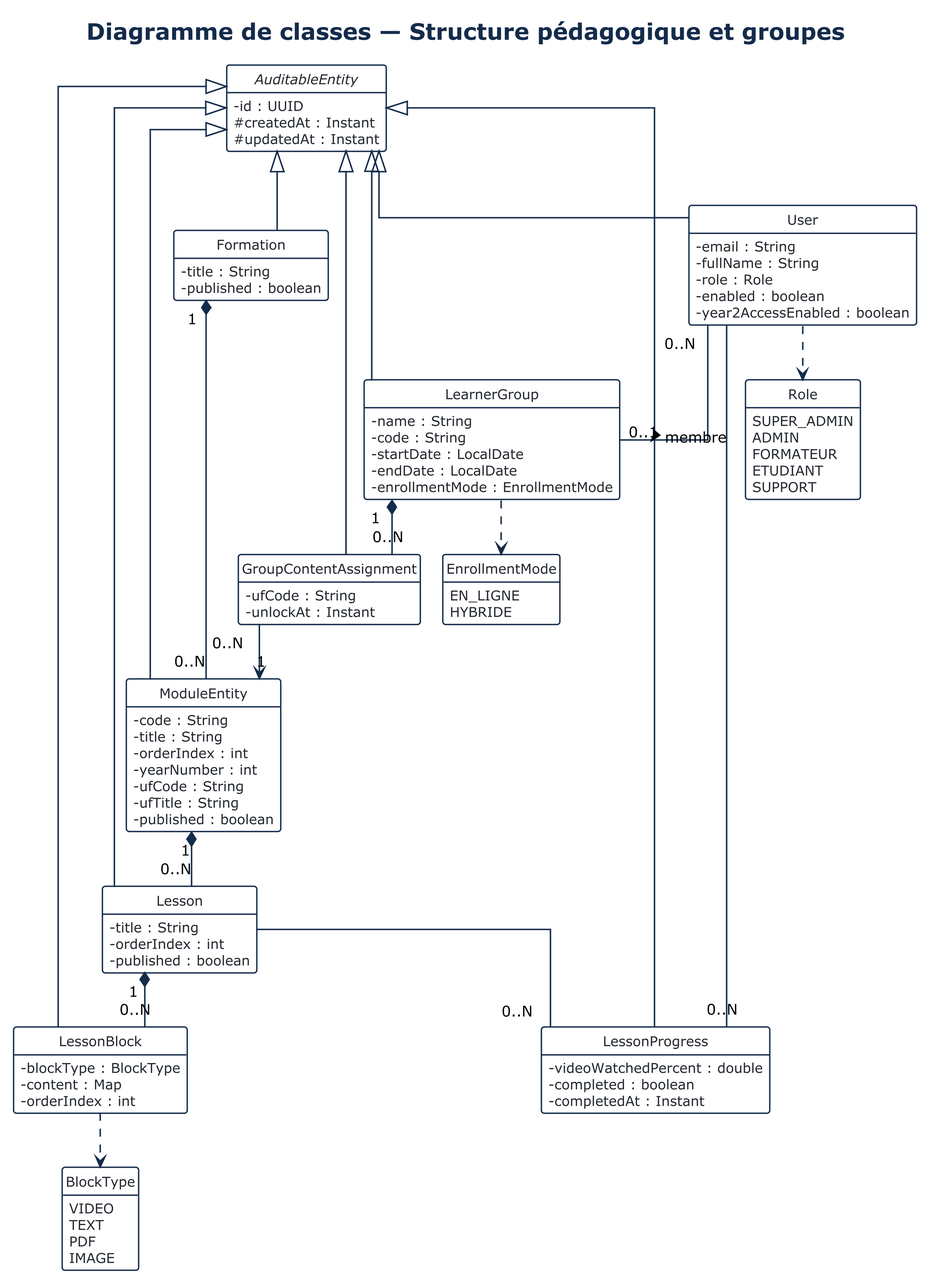
aminecharro01/E-learning keeps this PlantUML diagram as diagrammes/images/diagramme_classes_pedagogie.png. Above is the earlier version.
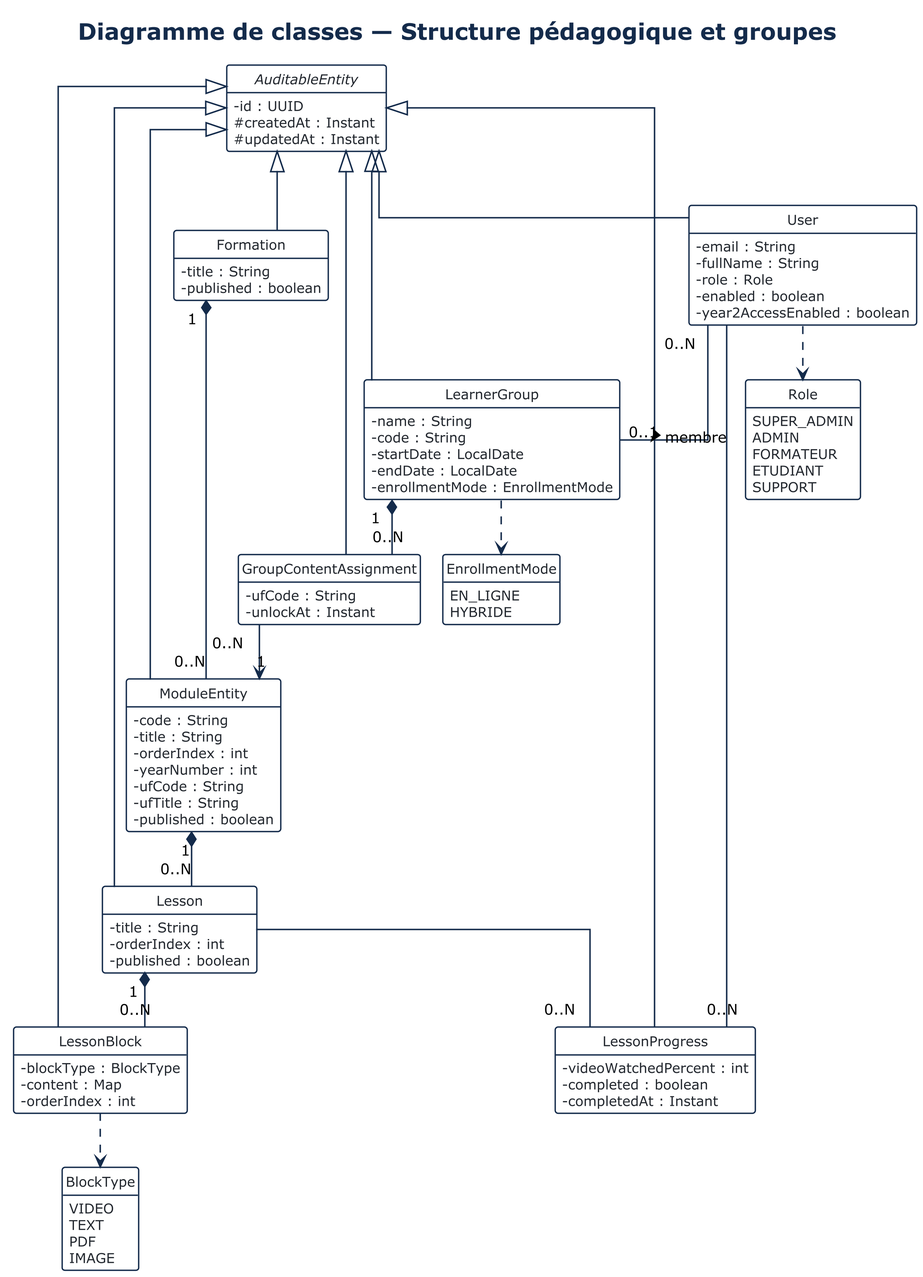
The same file after the commit.

Diff of the diagram source:
```diff
@@ -87,7 +87,7 @@
 }
 
 class LessonProgress {
-  - videoWatchedPercent : double
+  - videoWatchedPercent : int
   - completed : boolean
   - completedAt : Instant
 }
```
